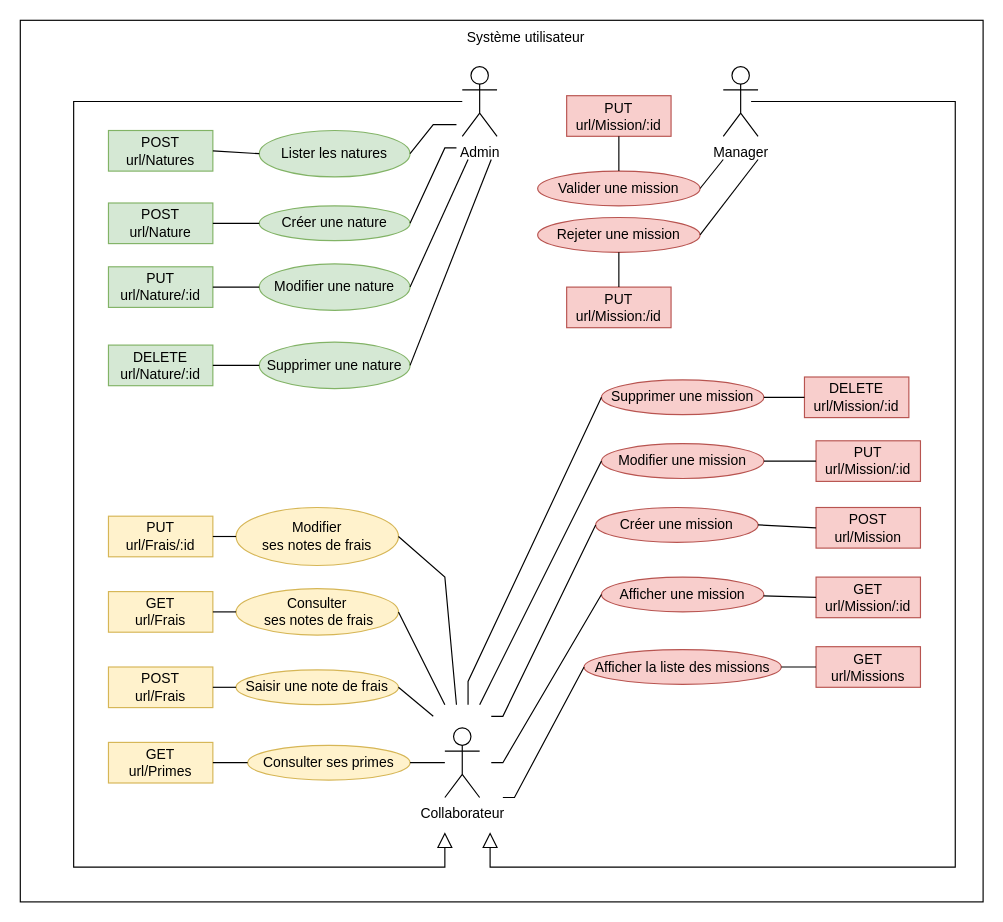
The draw.io diagram Conception/use_case_API.drawio in VincentProuchet/Gestion_Missions_BE, before the edit. Source tidied: cells renumbered, new cells numbered last; positions are measured from the earlier drawing's top-left corner, leaving out a move shared by most shapes. Both pictures are drawn from the tidied source at 116%, with x=0, y=0 at pixel (20, 20).
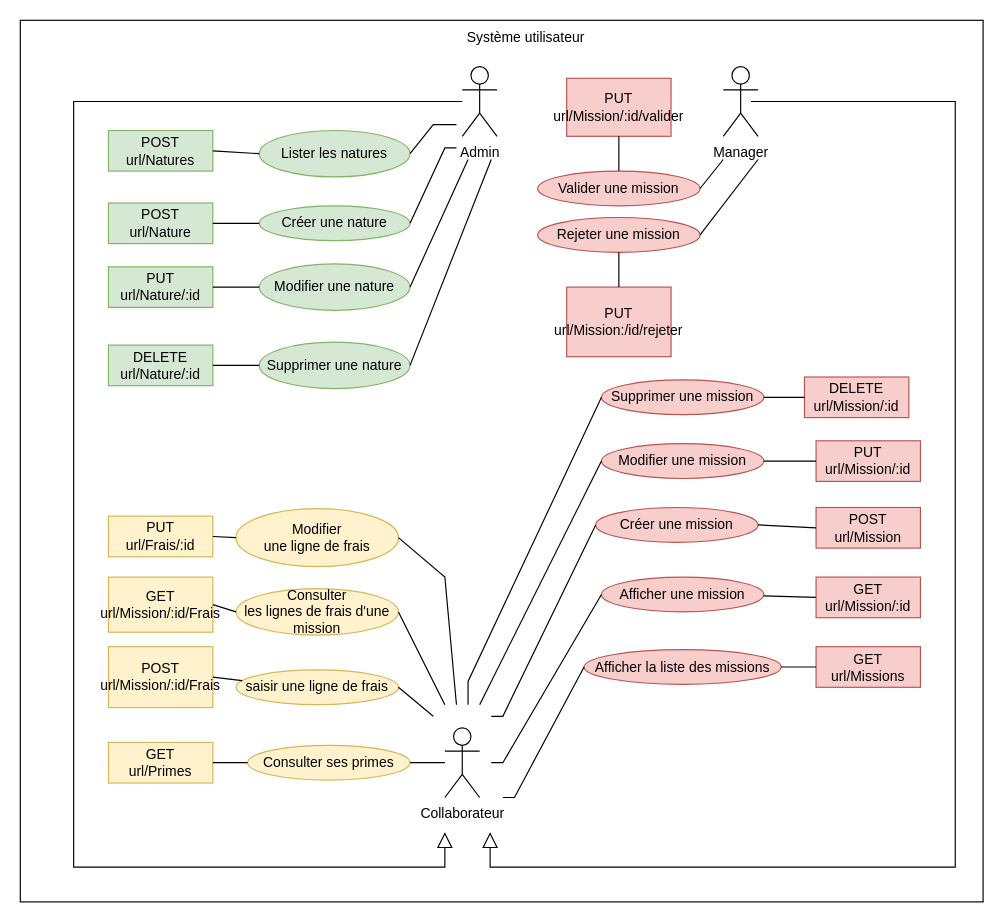
The same page after the edit.

Commit message:
Mise à jour use_case_API.drawio Vue par richard

Change to the diagram source:
```diff
@@
-    <mxCell id="30" value="&lt;div&gt;Modifier&lt;/div&gt;&lt;div&gt;ses notes de frais&lt;/div&gt;" style="ellipse;whiteSpace=wrap;html=1;fillColor=#fff2cc;strokeColor=#d6b656;" parent="1" vertex="1">
-      <mxGeometry x="186" y="420" width="140" height="50" as="geometry" />
+    <mxCell id="30" value="&lt;div&gt;Modifier&lt;/div&gt;&lt;div&gt;une ligne de frais&lt;/div&gt;" style="ellipse;whiteSpace=wrap;html=1;fillColor=#fff2cc;strokeColor=#d6b656;" parent="1" vertex="1">
+      <mxGeometry x="186" y="421" width="140" height="50" as="geometry" />
     </mxCell>
-    <mxCell id="31" value="&lt;div&gt;Consulter&lt;/div&gt;&lt;div&gt;&amp;nbsp;ses notes de frais&lt;/div&gt;" style="ellipse;whiteSpace=wrap;html=1;fillColor=#fff2cc;strokeColor=#d6b656;" parent="1" vertex="1">
+    <mxCell id="31" value="&lt;div&gt;Consulter&lt;/div&gt;&lt;div&gt;les lignes de frais d'une mission&lt;br&gt;&lt;/div&gt;" style="ellipse;whiteSpace=wrap;html=1;fillColor=#fff2cc;strokeColor=#d6b656;" parent="1" vertex="1">
       <mxGeometry x="186" y="490" width="140" height="40" as="geometry" />
     </mxCell>
-    <mxCell id="32" value="&lt;div&gt;Saisir une note de frais&lt;/div&gt;" style="ellipse;whiteSpace=wrap;html=1;fillColor=#fff2cc;strokeColor=#d6b656;" parent="1" vertex="1">
+    <mxCell id="32" value="saisir une ligne de frais" style="ellipse;whiteSpace=wrap;html=1;fillColor=#fff2cc;strokeColor=#d6b656;" parent="1" vertex="1">
       <mxGeometry x="186" y="560" width="140" height="30" as="geometry" />
     </mxCell>
@@
-    <mxCell id="38" value="PUT&lt;br&gt;url/Mission/:id" style="text;html=1;strokeColor=#b85450;fillColor=#f8cecc;align=center;verticalAlign=middle;whiteSpace=wrap;rounded=0;shadow=0;sketch=0;" parent="1" vertex="1">
-      <mxGeometry x="471" y="65" width="90" height="35" as="geometry" />
+    <mxCell id="38" value="PUT&lt;br&gt;url/Mission/:id/valider" style="text;html=1;strokeColor=#b85450;fillColor=#f8cecc;align=center;verticalAlign=middle;whiteSpace=wrap;rounded=0;shadow=0;sketch=0;" parent="1" vertex="1">
+      <mxGeometry x="471" y="50" width="90" height="50" as="geometry" />
     </mxCell>
-    <mxCell id="39" value="PUT&lt;br&gt;url/Mission:/id" style="text;html=1;strokeColor=#b85450;fillColor=#f8cecc;align=center;verticalAlign=middle;whiteSpace=wrap;rounded=0;shadow=0;sketch=0;" parent="1" vertex="1">
-      <mxGeometry x="471" y="230" width="90" height="35" as="geometry" />
+    <mxCell id="39" value="PUT&lt;br&gt;url/Mission:/id/rejeter" style="text;html=1;strokeColor=#b85450;fillColor=#f8cecc;align=center;verticalAlign=middle;whiteSpace=wrap;rounded=0;shadow=0;sketch=0;" parent="1" vertex="1">
+      <mxGeometry x="471" y="230" width="90" height="60" as="geometry" />
     </mxCell>
@@
-    <mxCell id="62" value="GET&lt;br&gt;url/Frais" style="text;html=1;strokeColor=#d6b656;fillColor=#fff2cc;align=center;verticalAlign=middle;whiteSpace=wrap;rounded=0;shadow=0;sketch=0;" parent="1" vertex="1">
-      <mxGeometry x="76" y="492.5" width="90" height="35" as="geometry" />
+    <mxCell id="62" value="GET&lt;br&gt;url/Mission/:id/Frais" style="text;html=1;strokeColor=#d6b656;fillColor=#fff2cc;align=center;verticalAlign=middle;whiteSpace=wrap;rounded=0;shadow=0;sketch=0;" parent="1" vertex="1">
+      <mxGeometry x="76" y="480" width="90" height="47.5" as="geometry" />
     </mxCell>
-    <mxCell id="63" value="POST&lt;br&gt;url/Frais" style="text;html=1;strokeColor=#d6b656;fillColor=#fff2cc;align=center;verticalAlign=middle;whiteSpace=wrap;rounded=0;shadow=0;sketch=0;" parent="1" vertex="1">
-      <mxGeometry x="76" y="557.5" width="90" height="35" as="geometry" />
+    <mxCell id="63" value="POST&lt;br&gt;url/Mission/:id/Frais" style="text;html=1;strokeColor=#d6b656;fillColor=#fff2cc;align=center;verticalAlign=middle;whiteSpace=wrap;rounded=0;shadow=0;sketch=0;" parent="1" vertex="1">
+      <mxGeometry x="76" y="540" width="90" height="52.5" as="geometry" />
     </mxCell>
```
